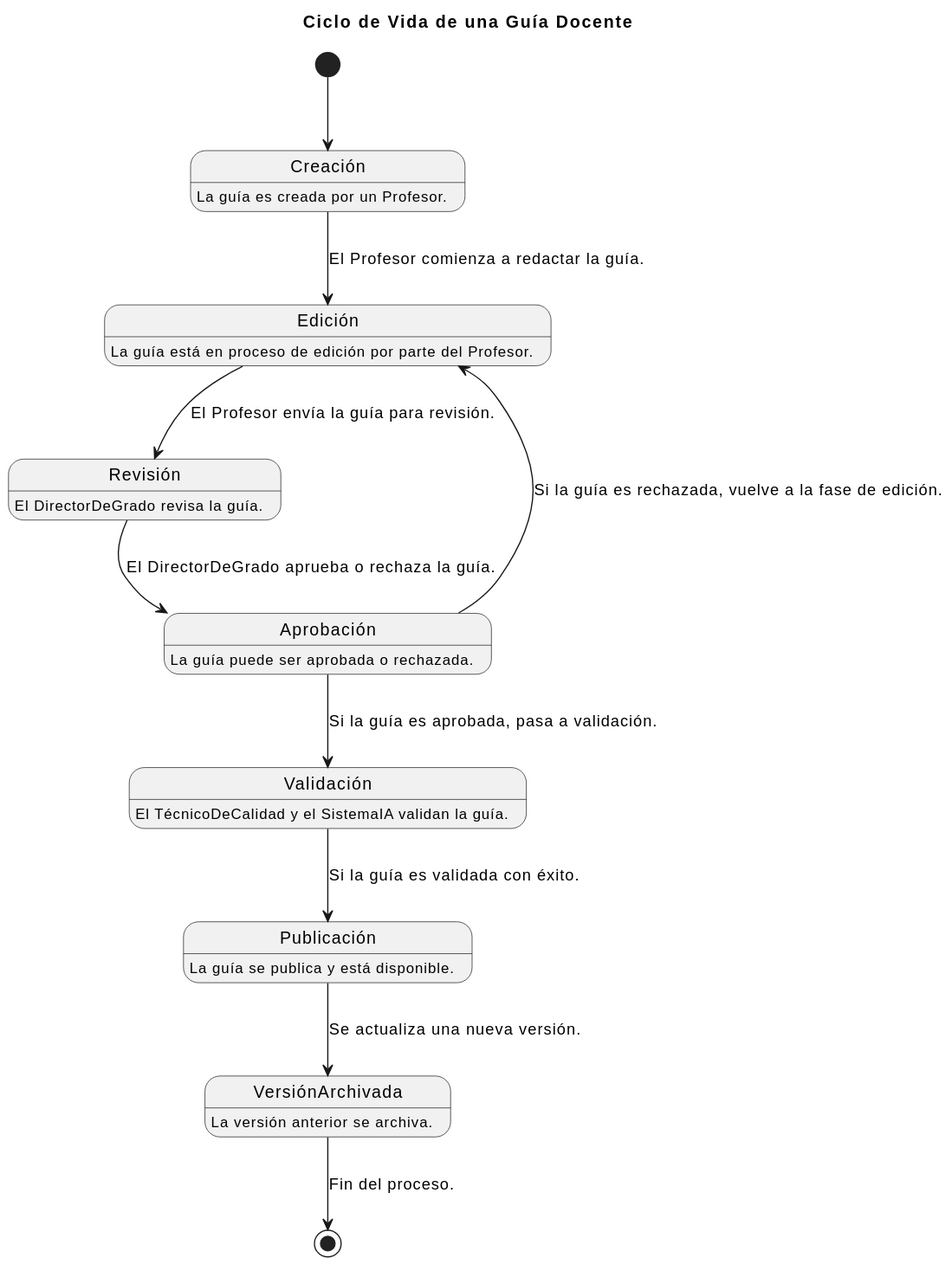
Earlier version of the PlantUML export images/modelosUML/DiagramaEstados/DiagramaDeEstados_GuíaDocente.svg (mmasias/24-25-IdSw1-SDR). The source it was exported from:
```plantuml
@startuml
title Ciclo de Vida de una Guía Docente

[*] --> Creación
Creación : La guía es creada por un Profesor.
Creación --> Edición : El Profesor comienza a redactar la guía.
Edición : La guía está en proceso de edición por parte del Profesor.

Edición --> Revisión : El Profesor envía la guía para revisión.
Revisión : El DirectorDeGrado revisa la guía.

Revisión --> Aprobación : El DirectorDeGrado aprueba o rechaza la guía.
Aprobación : La guía puede ser aprobada o rechazada.
Aprobación --> Edición : Si la guía es rechazada, vuelve a la fase de edición.
Aprobación --> Validación : Si la guía es aprobada, pasa a validación.

Validación : El TécnicoDeCalidad y el SistemaIA validan la guía.
Validación --> Publicación : Si la guía es validada con éxito.

Publicación : La guía se publica y está disponible.
Publicación --> VersiónArchivada : Se actualiza una nueva versión.
VersiónArchivada : La versión anterior se archiva.

VersiónArchivada --> [*] : Fin del proceso.
@enduml
```
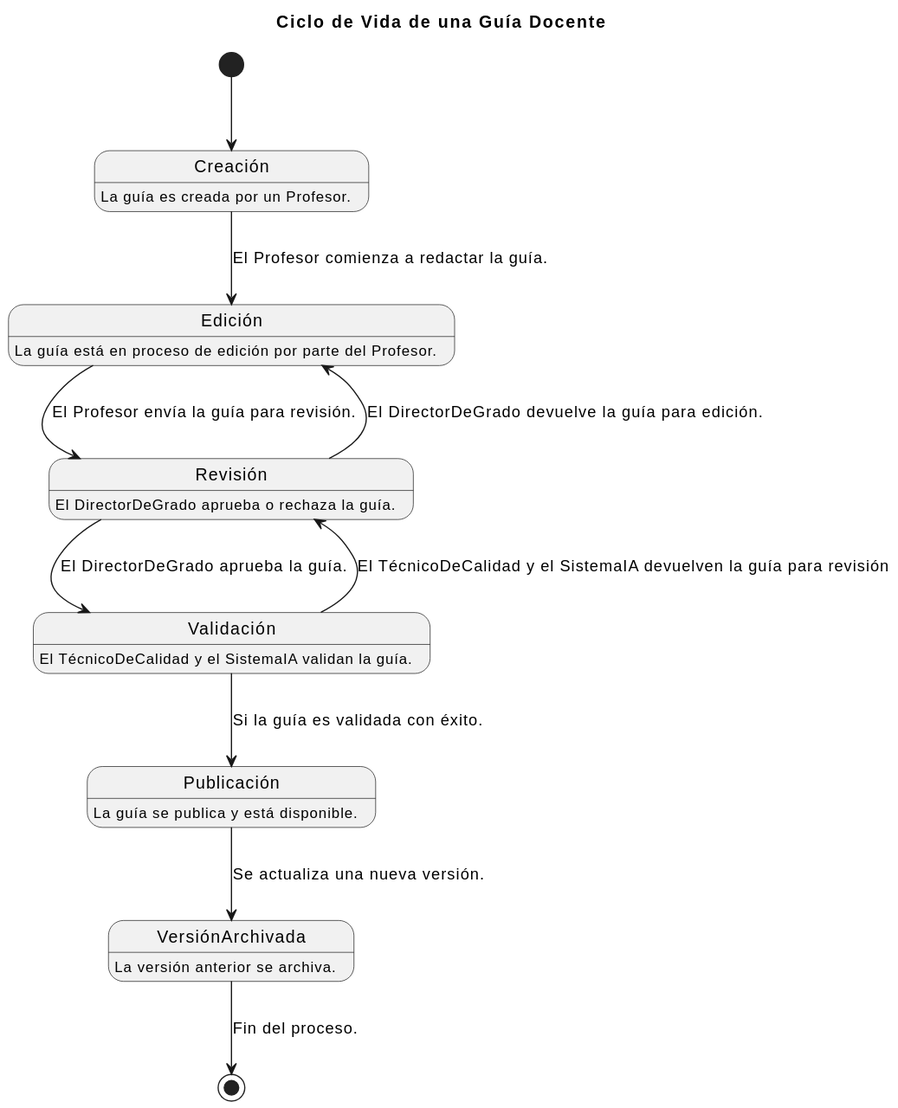
Later version of the same file.

Commit message:
Update Diagrama de estados de Ciclo de Vida de una Guía Docente

- Se quitaron estados innecesarios para mostrar un flujo mas claro

The edit, as a diff of the source:
```diff
@@ -7,15 +7,16 @@
 Edición : La guía está en proceso de edición por parte del Profesor.
 
 Edición --> Revisión : El Profesor envía la guía para revisión.
-Revisión : El DirectorDeGrado revisa la guía.
+Revisión : El DirectorDeGrado aprueba o rechaza la guía.
 
-Revisión --> Aprobación : El DirectorDeGrado aprueba o rechaza la guía.
-Aprobación : La guía puede ser aprobada o rechazada.
-Aprobación --> Edición : Si la guía es rechazada, vuelve a la fase de edición.
-Aprobación --> Validación : Si la guía es aprobada, pasa a validación.
+Revisión --> Validación : El DirectorDeGrado aprueba la guía.
+Revisión --> Edición : El DirectorDeGrado devuelve la guía para edición.
 
 Validación : El TécnicoDeCalidad y el SistemaIA validan la guía.
+Validación --> Revisión: El TécnicoDeCalidad y el SistemaIA devuelven la guía para revisión
+
 Validación --> Publicación : Si la guía es validada con éxito.
+
 
 Publicación : La guía se publica y está disponible.
 Publicación --> VersiónArchivada : Se actualiza una nueva versión.
```
